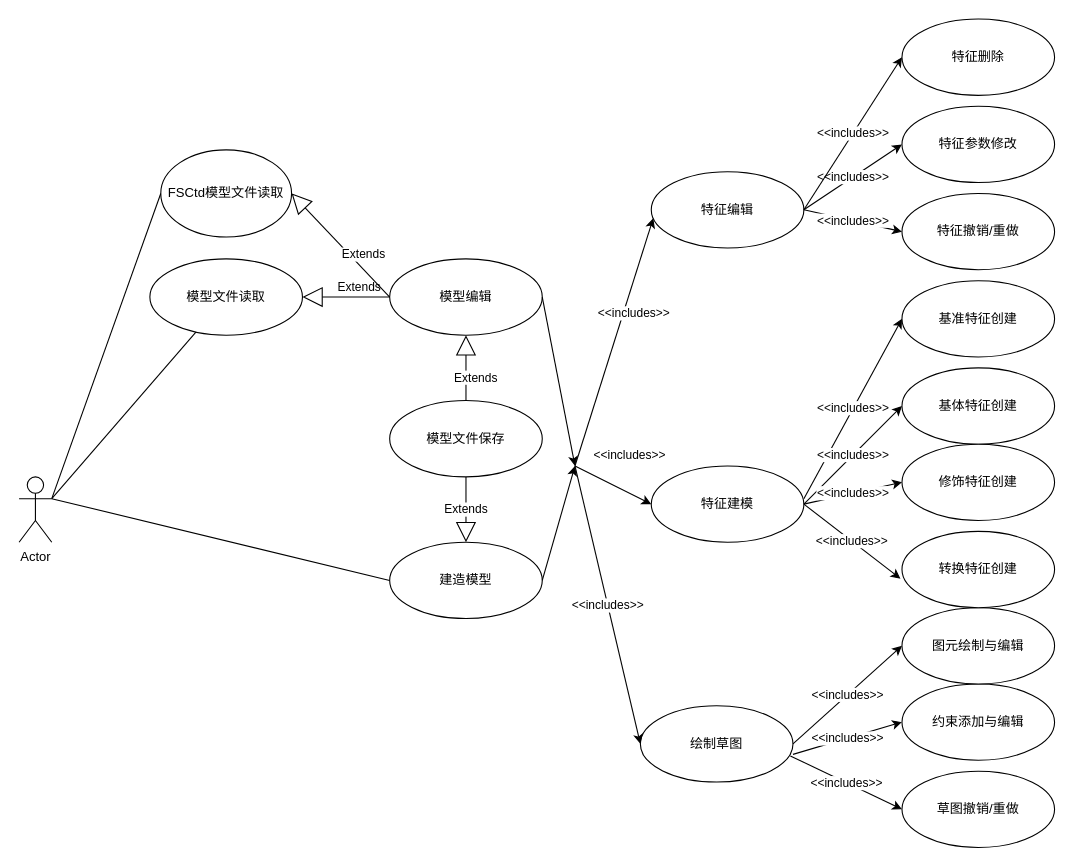
The draw.io diagram 用例图.drawio in liuhuliuhu123/First-test, before the edit. Source tidied: cells renumbered, new cells numbered last; positions are measured from the earlier drawing's top-left corner, leaving out a move shared by most shapes. Both pictures are drawn from the tidied source at 109%, with x=0, y=0 at pixel (19, 19).
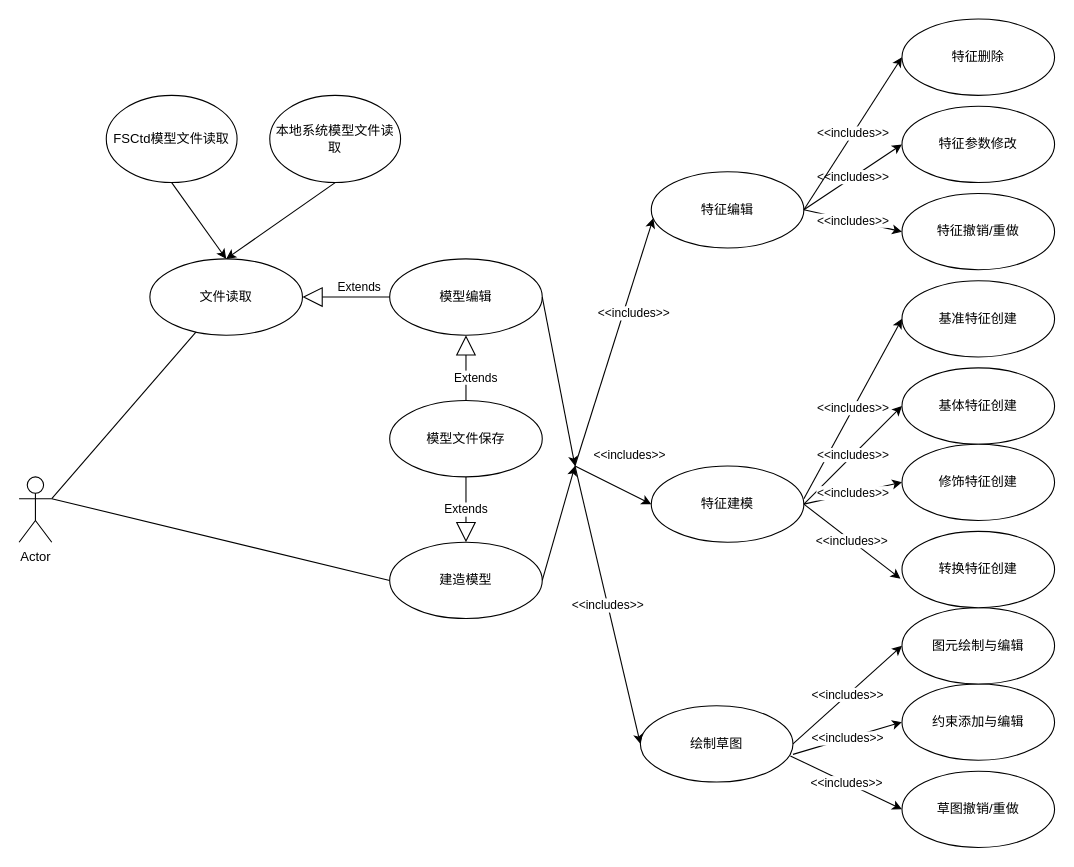
The same page after the edit.

Commit message:
更新用例图.drawio

The change refers to these unchanged cells:
```xml
<mxCell id="2" value="Actor" style="shape=umlActor;verticalLabelPosition=bottom;verticalAlign=top;html=1;" parent="1" vertex="1">
  <mxGeometry y="420" width="30" height="60" as="geometry" />
</mxCell>
<mxCell id="25" value="模型编辑" style="ellipse;whiteSpace=wrap;html=1;" parent="1" vertex="1">
  <mxGeometry x="340" y="220" width="140" height="70" as="geometry" />
</mxCell>
```

Diff of the diagram source:
```diff
@@
-    <mxCell id="7" value="模型文件读取" style="ellipse;whiteSpace=wrap;html=1;" parent="1" vertex="1">
+    <mxCell id="7" value="文件读取" style="ellipse;whiteSpace=wrap;html=1;" parent="1" vertex="1">
       <mxGeometry x="120" y="220" width="140" height="70" as="geometry" />
     </mxCell>
@@
     <mxCell id="38" value="FSCtd模型文件读取" style="ellipse;whiteSpace=wrap;html=1;" parent="1" vertex="1">
-      <mxGeometry x="130" y="120" width="120" height="80" as="geometry" />
+      <mxGeometry x="80" y="70" width="120" height="80" as="geometry" />
     </mxCell>
-    <mxCell id="39" value="Extends" style="endArrow=block;endSize=16;endFill=0;html=1;rounded=0;exitX=0;exitY=0.5;exitDx=0;exitDy=0;entryX=1;entryY=0.5;entryDx=0;entryDy=0;" parent="1" edge="1" source="25" target="38">
-      <mxGeometry x="-0.31" y="-9" relative="1" as="geometry" />
-    </mxCell>
-    <mxCell id="40" style="endArrow=none;html=1;rounded=0;exitX=1;exitY=0.3333333333333333;exitDx=0;exitDy=0;exitPerimeter=0;entryX=0;entryY=0.5;entryDx=0;entryDy=0;" parent="1" edge="1" source="2" target="38">
-      <mxGeometry relative="1" as="geometry" />
-    </mxCell>
@@
+    <mxCell id="43" value="本地系统模型文件读取" style="ellipse;whiteSpace=wrap;html=1;" parent="1" vertex="1">
+      <mxGeometry x="230" y="70" width="120" height="80" as="geometry" />
+    </mxCell>
+    <mxCell id="44" style="endArrow=classic;html=1;rounded=0;exitX=0.5;exitY=1;exitDx=0;exitDy=0;entryX=0.5;entryY=0;entryDx=0;entryDy=0;" parent="1" edge="1" source="38" target="7">
+      <mxGeometry relative="1" as="geometry" />
+    </mxCell>
+    <mxCell id="45" style="endArrow=classic;html=1;rounded=0;exitX=0.5;exitY=1;exitDx=0;exitDy=0;entryX=0.5;entryY=0;entryDx=0;entryDy=0;" parent="1" edge="1" source="43" target="7">
+      <mxGeometry relative="1" as="geometry" />
+    </mxCell>
```
